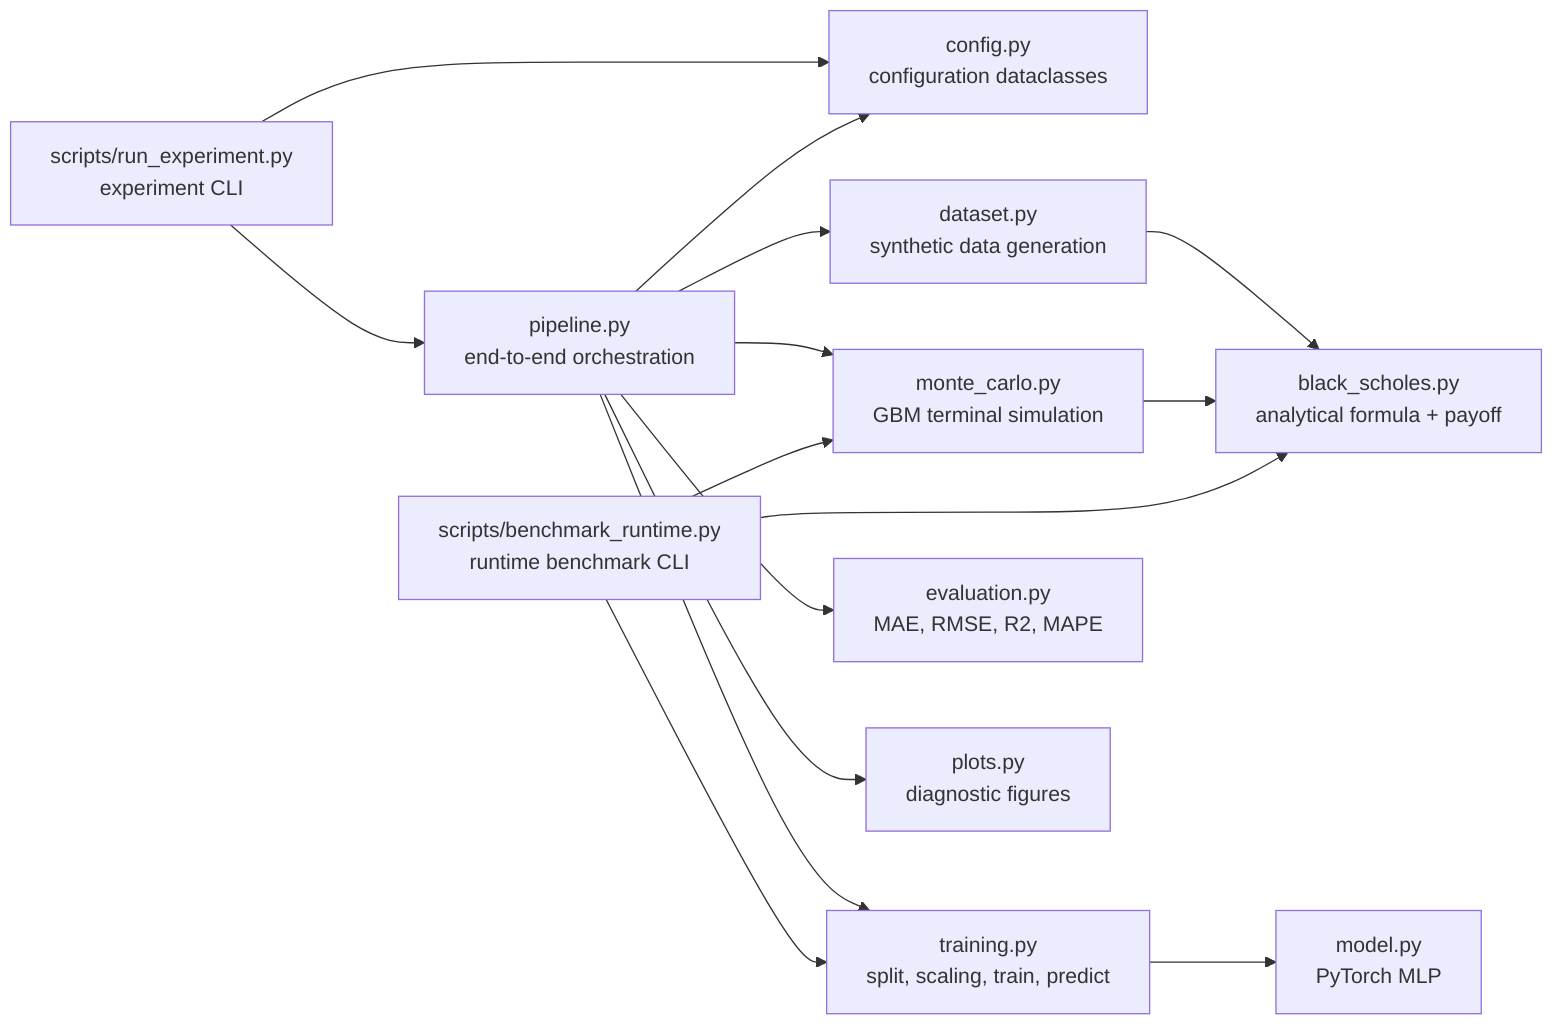
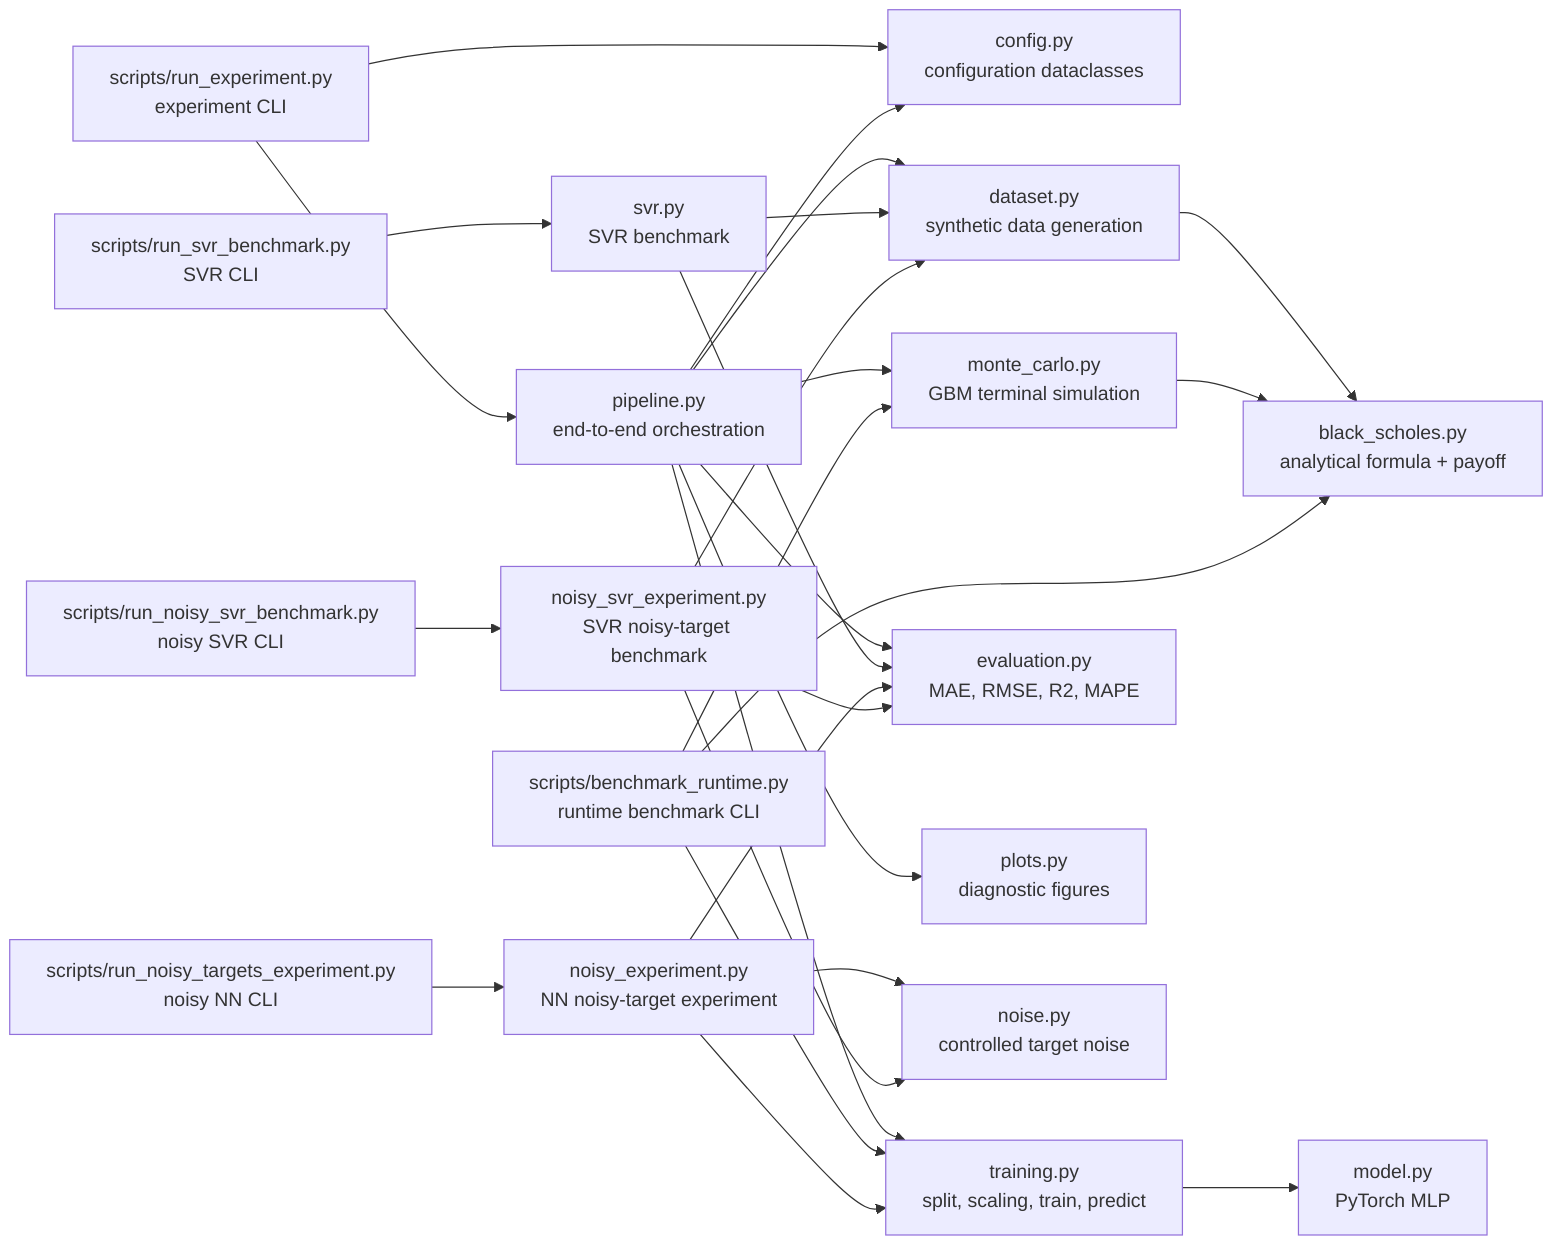
flowchart LR
    CFG["config.py<br/>configuration dataclasses"]
    BS["black_scholes.py<br/>analytical formula + payoff"]
    DATA["dataset.py<br/>synthetic data generation"]
    MODEL["model.py<br/>PyTorch MLP"]
    TRAIN["training.py<br/>split, scaling, train, predict"]
    MC["monte_carlo.py<br/>GBM terminal simulation"]
    EVAL["evaluation.py<br/>MAE, RMSE, R2, MAPE"]
    PLOTS["plots.py<br/>diagnostic figures"]
+     NOISE["noise.py<br/>controlled target noise"]
+     NOISYNN["noisy_experiment.py<br/>NN noisy-target experiment"]
+     SVR["svr.py<br/>SVR benchmark"]
+     NOISYSVR["noisy_svr_experiment.py<br/>SVR noisy-target benchmark"]
    PIPE["pipeline.py<br/>end-to-end orchestration"]
    CLI["scripts/run_experiment.py<br/>experiment CLI"]
    BENCH["scripts/benchmark_runtime.py<br/>runtime benchmark CLI"]
+     SVRCLI["scripts/run_svr_benchmark.py<br/>SVR CLI"]
+     NOISYCLI["scripts/run_noisy_targets_experiment.py<br/>noisy NN CLI"]
+     NOISYSVRCLI["scripts/run_noisy_svr_benchmark.py<br/>noisy SVR CLI"]

    CLI --> CFG
    CLI --> PIPE
    PIPE --> CFG
    PIPE --> DATA
    PIPE --> TRAIN
    PIPE --> MC
    PIPE --> EVAL
    PIPE --> PLOTS
    DATA --> BS
    MC --> BS
    TRAIN --> MODEL
    BENCH --> BS
    BENCH --> TRAIN
    BENCH --> MC
+     SVRCLI --> SVR
+     SVR --> DATA
+     SVR --> EVAL
+     NOISYCLI --> NOISYNN
+     NOISYNN --> NOISE
+     NOISYNN --> TRAIN
+     NOISYNN --> EVAL
+     NOISYSVRCLI --> NOISYSVR
+     NOISYSVR --> DATA
+     NOISYSVR --> NOISE
+     NOISYSVR --> EVAL
